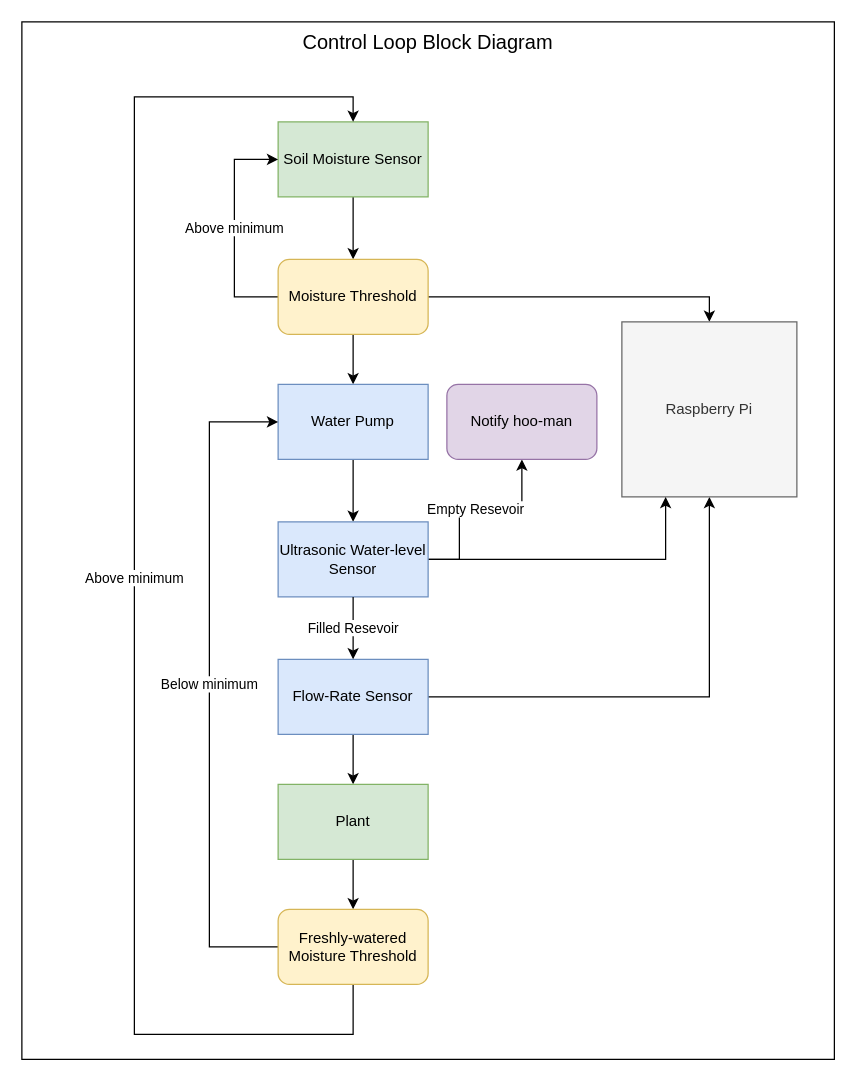
Before: page "Control" (1 of 2) of project_diagrams.drawio in matwinte/raskovnik, a draw.io diagram. Source tidied: cells renumbered, new cells numbered last; positions are measured from the earlier drawing's top-left corner, leaving out a move shared by most shapes. Both pictures are drawn from the tidied source at 125%, with x=0, y=0 at pixel (21, 21).
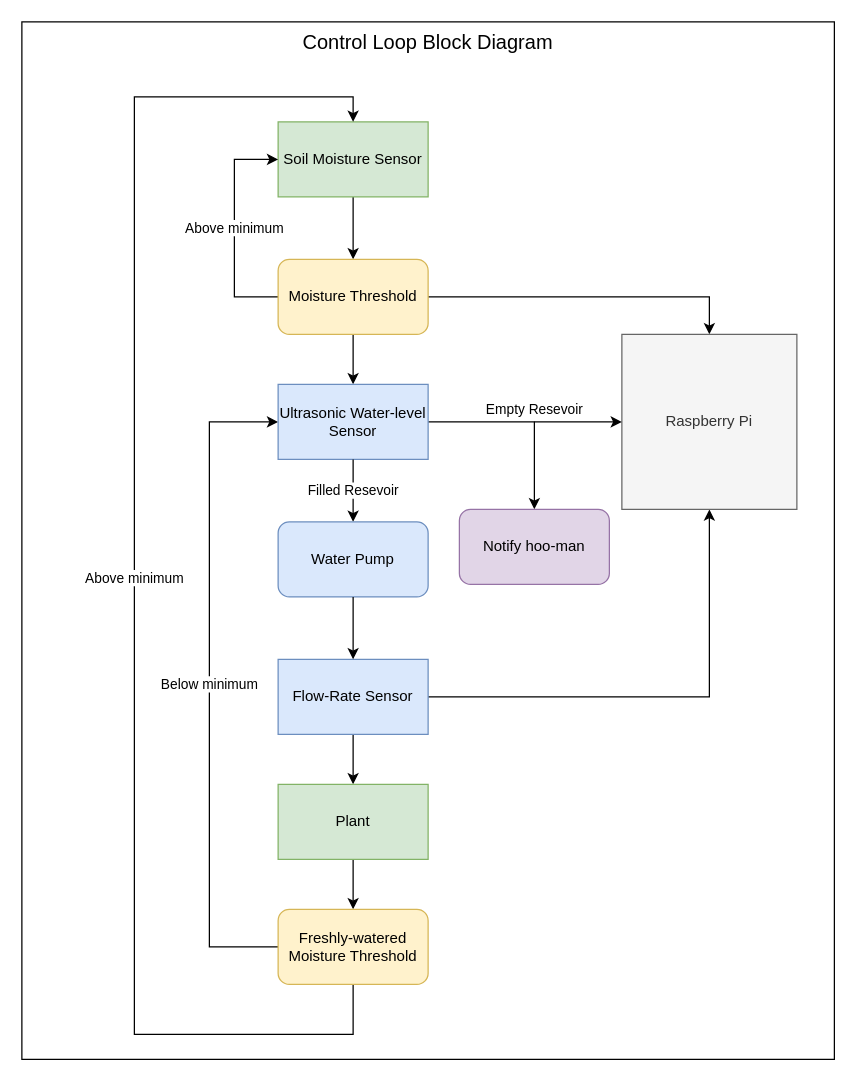
The same page after the edit.

Unchanged cells that the change refers to:
```xml
<mxCell id="8" value="Moisture Threshold" style="rounded=1;whiteSpace=wrap;html=1;fillColor=#fff2cc;strokeColor=#d6b656;" parent="1" vertex="1">
  <mxGeometry x="205" y="190" width="120" height="60" as="geometry" />
</mxCell>
<mxCell id="11" value="Flow-Rate Sensor" style="rounded=0;whiteSpace=wrap;html=1;fillColor=#dae8fc;strokeColor=#6c8ebf;" parent="1" vertex="1">
  <mxGeometry x="205" y="510" width="120" height="60" as="geometry" />
</mxCell>
<mxCell id="19" value="Freshly-watered Moisture Threshold" style="rounded=1;whiteSpace=wrap;html=1;fillColor=#fff2cc;strokeColor=#d6b656;" parent="1" vertex="1">
  <mxGeometry x="205" y="710" width="120" height="60" as="geometry" />
</mxCell>
```

Diff of the diagram source:
```diff
@@
-    <mxCell id="6" style="edgeStyle=orthogonalEdgeStyle;rounded=0;jettySize=auto;html=1;exitX=0.5;exitY=1;exitDx=0;exitDy=0;entryX=0.5;entryY=0;entryDx=0;entryDy=0;" parent="1" edge="1" source="8" target="13">
-      <mxGeometry relative="1" as="geometry" />
+    <mxCell id="6" style="edgeStyle=orthogonalEdgeStyle;rounded=0;jettySize=auto;html=1;exitX=0.5;exitY=1;exitDx=0;exitDy=0;entryX=0.5;entryY=0;entryDx=0;entryDy=0;" parent="1" edge="1" source="8">
+      <mxGeometry relative="1" as="geometry">
+        <mxPoint x="265" y="290" as="targetPoint" />
+      </mxGeometry>
     </mxCell>
@@
-    <mxCell id="12" style="edgeStyle=orthogonalEdgeStyle;rounded=0;jettySize=auto;html=1;exitX=0.5;exitY=1;exitDx=0;exitDy=0;entryX=0.5;entryY=0;entryDx=0;entryDy=0;" parent="1" edge="1" source="13" target="23">
-      <mxGeometry relative="1" as="geometry" />
-    </mxCell>
-    <mxCell id="13" value="Water Pump " style="rounded=0;whiteSpace=wrap;html=1;fillColor=#dae8fc;strokeColor=#6c8ebf;" parent="1" vertex="1">
-      <mxGeometry x="205" y="290" width="120" height="60" as="geometry" />
-    </mxCell>
@@
     <mxCell id="16" value="Raspberry Pi" style="whiteSpace=wrap;html=1;fillColor=#f5f5f5;strokeColor=#666666;fontColor=#333333;" parent="1" vertex="1">
-      <mxGeometry x="480" y="240" width="140" height="140" as="geometry" />
+      <mxGeometry x="480" y="250" width="140" height="140" as="geometry" />
     </mxCell>
-    <mxCell id="17" value="Below minimum" style="edgeStyle=orthogonalEdgeStyle;rounded=0;jettySize=auto;html=1;exitX=0;exitY=0.5;exitDx=0;exitDy=0;entryX=0;entryY=0.5;entryDx=0;entryDy=0;" parent="1" edge="1" source="19" target="13">
+    <mxCell id="17" value="Below minimum" style="edgeStyle=orthogonalEdgeStyle;rounded=0;jettySize=auto;html=1;exitX=0;exitY=0.5;exitDx=0;exitDy=0;entryX=0;entryY=0.5;entryDx=0;entryDy=0;" parent="1" edge="1" source="19">
       <mxGeometry relative="1" as="geometry">
+        <mxPoint x="205" y="320" as="targetPoint" />
         <Array as="points">
           <mxPoint x="150" y="740" />
           <mxPoint x="150" y="320" />
         </Array>
       </mxGeometry>
     </mxCell>
@@
-    <mxCell id="21" value="Empty Resevoir" style="edgeStyle=orthogonalEdgeStyle;rounded=0;jettySize=auto;html=1;exitX=1;exitY=0.5;exitDx=0;exitDy=0;entryX=0.5;entryY=1;entryDx=0;entryDy=0;" parent="1" edge="1" source="23" target="25">
-      <mxGeometry relative="1" as="geometry">
+    <mxCell id="21" value="Empty Resevoir" style="edgeStyle=orthogonalEdgeStyle;rounded=0;jettySize=auto;html=1;exitX=1;exitY=0.5;exitDx=0;exitDy=0;entryX=0.5;entryY=0;entryDx=0;entryDy=0;" parent="1" edge="1" source="23" target="25">
+      <mxGeometry x="0.1" y="-10" relative="1" as="geometry">
         <Array as="points">
-          <mxPoint x="350" y="430" />
-          <mxPoint x="350" y="390" />
-          <mxPoint x="400" y="390" />
+          <mxPoint x="410" y="320" />
         </Array>
+        <mxPoint x="10" y="-10" as="offset" />
       </mxGeometry>
     </mxCell>
-    <mxCell id="22" style="edgeStyle=orthogonalEdgeStyle;rounded=0;jettySize=auto;html=1;exitX=1;exitY=0.5;exitDx=0;exitDy=0;entryX=0.25;entryY=1;entryDx=0;entryDy=0;" parent="1" edge="1" source="23" target="16">
-      <mxGeometry relative="1" as="geometry" />
+    <mxCell id="22" style="edgeStyle=orthogonalEdgeStyle;rounded=0;jettySize=auto;html=1;entryX=0;entryY=0.5;entryDx=0;entryDy=0;" parent="1" edge="1" target="16">
+      <mxGeometry relative="1" as="geometry">
+        <mxPoint x="410" y="320" as="sourcePoint" />
+        <Array as="points">
+          <mxPoint x="460" y="320" />
+          <mxPoint x="460" y="320" />
+        </Array>
+      </mxGeometry>
     </mxCell>
     <mxCell id="23" value="Ultrasonic Water-level Sensor" style="rounded=0;whiteSpace=wrap;html=1;fillColor=#dae8fc;strokeColor=#6c8ebf;" parent="1" vertex="1">
-      <mxGeometry x="205" y="400" width="120" height="60" as="geometry" />
+      <mxGeometry x="205" y="290" width="120" height="60" as="geometry" />
     </mxCell>
-    <mxCell id="24" value="Filled Resevoir" style="edgeStyle=orthogonalEdgeStyle;rounded=0;jettySize=auto;html=1;exitX=0.5;exitY=1;exitDx=0;exitDy=0;entryX=0.5;entryY=0;entryDx=0;entryDy=0;" parent="1" edge="1" source="23" target="11">
+    <mxCell id="24" value="Filled Resevoir" style="edgeStyle=orthogonalEdgeStyle;rounded=0;jettySize=auto;html=1;exitX=0.5;exitY=1;exitDx=0;exitDy=0;entryX=0.5;entryY=0;entryDx=0;entryDy=0;" parent="1" edge="1" source="23" target="13">
       <mxGeometry relative="1" as="geometry" />
     </mxCell>
     <mxCell id="25" value="Notify hoo-man" style="rounded=1;whiteSpace=wrap;html=1;fillColor=#e1d5e7;strokeColor=#9673a6;" parent="1" vertex="1">
-      <mxGeometry x="340" y="290" width="120" height="60" as="geometry" />
+      <mxGeometry x="350" y="390" width="120" height="60" as="geometry" />
     </mxCell>
+    <mxCell id="13" value="Water Pump" style="rounded=1;whiteSpace=wrap;html=1;fillColor=#dae8fc;strokeColor=#6c8ebf;" parent="1" vertex="1">
+      <mxGeometry x="205" y="400" width="120" height="60" as="geometry" />
+    </mxCell>
+    <mxCell id="26" style="edgeStyle=orthogonalEdgeStyle;rounded=0;jettySize=auto;html=1;exitX=0.5;exitY=1;exitDx=0;exitDy=0;entryX=0.5;entryY=0;entryDx=0;entryDy=0;" parent="1" edge="1" source="13" target="11">
+      <mxGeometry relative="1" as="geometry" />
+    </mxCell>
```
